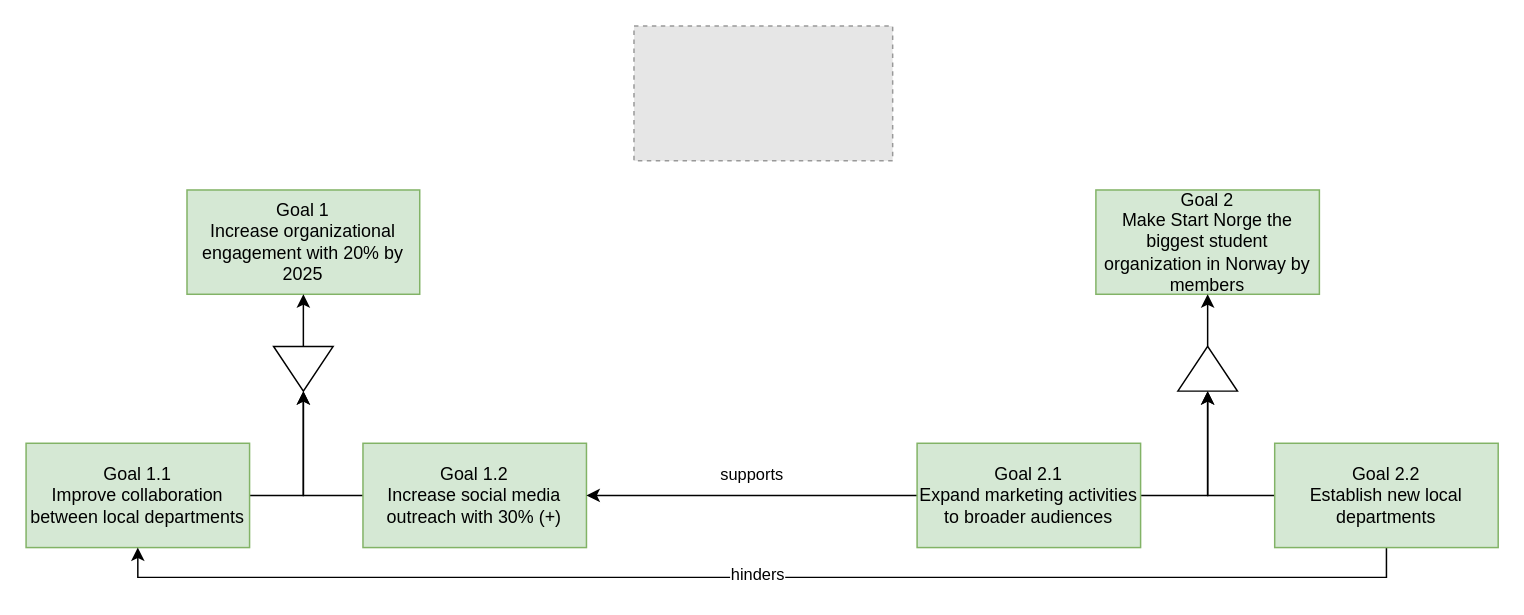
This is page "main_goals_of_start_norge" (1 of 6) of Start Norge.drawio from marhjoh/TDT4252-Enterprise-Architecture-for-Enterprise-Innovation, a draw.io file, before an edit. Source tidied: cells renumbered, new cells numbered last; positions are measured from the earlier drawing's top-left corner, leaving out a move shared by most shapes. Both pictures are drawn from the tidied source at 149%, with x=0, y=0 at pixel (25, 25). Pictures stored in the file or linked from it are replaced by grey dashed boxes.
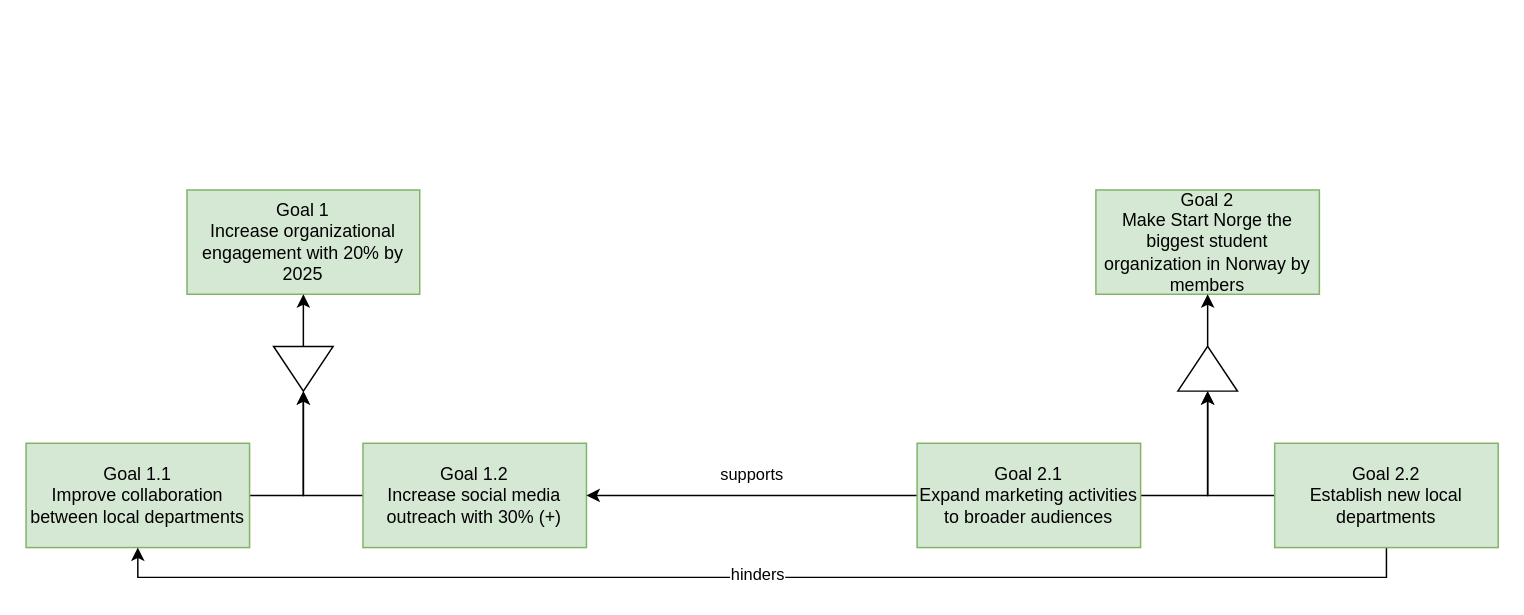
The same page after the edit.

What changed in the source:
```diff
@@
-    <mxCell id="2" style="fillColor=#E6E6E6;strokeColor=#999999;dashed=1;verticalLabelPosition=bottom;verticalAlign=top;" parent="1" vertex="1">
-      <mxGeometry x="408" width="173.6" height="90.4" as="geometry" />
-    </mxCell>
```
